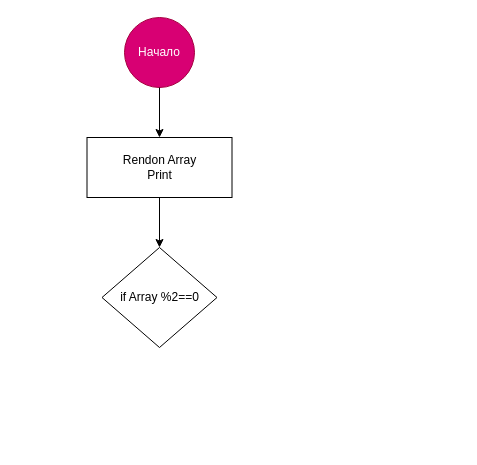
ACBelova/HomeExs keeps this draw.io diagram as BlokDiagram/Diagram.Drawio. Above is the earlier version. Source tidied: cells renumbered, new cells numbered last; positions are measured from the earlier drawing's top-left corner, leaving out a move shared by most shapes. Both pictures are drawn from the tidied source at 100%, with x=0, y=0 at pixel (86, 17).
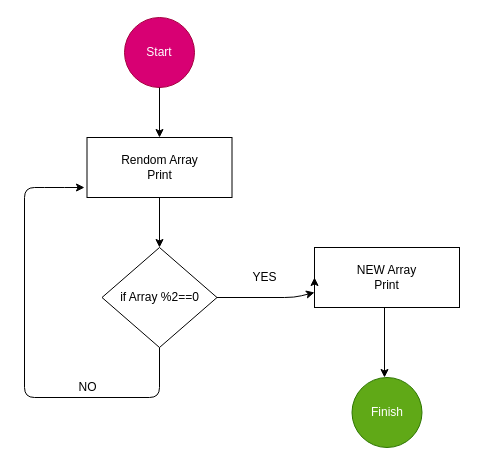
Above is the later version.

Unchanged cells that the change refers to:
```xml
<mxCell id="6" value="if Array %2==0" style="rhombus;whiteSpace=wrap;html=1;" parent="1" vertex="1">
  <mxGeometry x="15.5" y="230" width="115" height="100" as="geometry" />
</mxCell>
```

What changed in the source:
```diff
@@
-    <mxCell id="2" value="Начало" style="ellipse;whiteSpace=wrap;html=1;fillColor=#d80073;strokeColor=#A50040;fontColor=#ffffff;" parent="1" vertex="1">
+    <mxCell id="2" value="Start" style="ellipse;whiteSpace=wrap;html=1;fillColor=#d80073;strokeColor=#A50040;fontColor=#ffffff;" parent="1" vertex="1">
       <mxGeometry x="38" width="70" height="70" as="geometry" />
     </mxCell>
@@
-    <mxCell id="4" value="Rendon Array&lt;br&gt;Print" style="rounded=0;whiteSpace=wrap;html=1;" parent="1" vertex="1">
+    <mxCell id="4" value="Rendom Array&lt;br&gt;Print" style="rounded=0;whiteSpace=wrap;html=1;" parent="1" vertex="1">
       <mxGeometry x="0.5" y="120" width="145" height="60" as="geometry" />
     </mxCell>
@@
+    <mxCell id="7" style="endArrow=classic;html=1;exitX=1;exitY=0.5;exitDx=0;exitDy=0;entryX=0;entryY=0.75;entryDx=0;entryDy=0;" parent="1" edge="1" source="6" target="8">
+      <mxGeometry relative="1" as="geometry">
+        <Array as="points">
+          <mxPoint x="208" y="280" />
+        </Array>
+      </mxGeometry>
+    </mxCell>
+    <mxCell id="8" value="NEW Array&lt;br&gt;Print" style="rounded=0;whiteSpace=wrap;html=1;" parent="1" vertex="1">
+      <mxGeometry x="228" y="230" width="145" height="60" as="geometry" />
+    </mxCell>
+    <mxCell id="9" value="YES" style="text;html=1;align=center;verticalAlign=middle;strokeColor=none;" parent="1" vertex="1">
+      <mxGeometry x="158" y="250" width="40" height="20" as="geometry" />
+    </mxCell>
+    <mxCell id="10" style="endArrow=classic;html=1;exitX=0.5;exitY=1;exitDx=0;exitDy=0;" parent="1" edge="1" source="6">
+      <mxGeometry relative="1" as="geometry">
+        <mxPoint x="-2" y="170" as="targetPoint" />
+        <Array as="points">
+          <mxPoint x="73" y="380" />
+          <mxPoint x="-62" y="380" />
+          <mxPoint x="-62" y="170" />
+          <mxPoint x="-32" y="170" />
+        </Array>
+      </mxGeometry>
+    </mxCell>
+    <mxCell id="11" value="NO" style="text;html=1;align=center;verticalAlign=middle;strokeColor=none;" parent="1" vertex="1">
+      <mxGeometry x="-14.5" y="360" width="30" height="20" as="geometry" />
+    </mxCell>
+    <mxCell id="12" style="edgeStyle=none;html=1;exitX=0;exitY=0.75;exitDx=0;exitDy=0;entryX=0;entryY=0.5;entryDx=0;entryDy=0;" parent="1" edge="1" source="8" target="8">
+      <mxGeometry relative="1" as="geometry" />
+    </mxCell>
+    <mxCell id="13" value="Finish" style="ellipse;whiteSpace=wrap;html=1;fillColor=#60a917;strokeColor=#2D7600;fontColor=#ffffff;" parent="1" vertex="1">
+      <mxGeometry x="265.5" y="360" width="70" height="70" as="geometry" />
+    </mxCell>
+    <mxCell id="14" style="endArrow=classic;html=1;" parent="1" edge="1">
+      <mxGeometry relative="1" as="geometry">
+        <mxPoint x="298" y="290" as="sourcePoint" />
+        <mxPoint x="298" y="360" as="targetPoint" />
+      </mxGeometry>
+    </mxCell>
```
